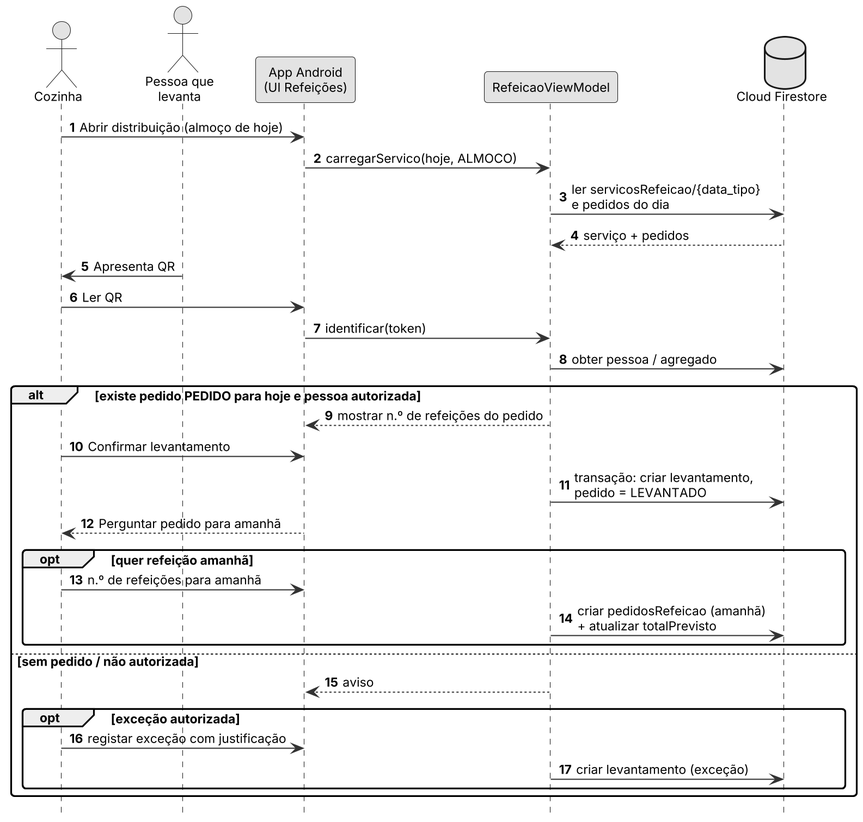
This is Docs/diagramas/sq_refeicao.png from Miguel31028/GASC, a PlantUML export, as it was before one commit. Its diagram source:
```plantuml
@startuml
!include _estilo.iuml
autonumber
actor "Cozinha" as CZ
actor "Pessoa que\nlevanta" as PL
participant "App Android\n(UI Refeições)" as UI
participant "RefeicaoViewModel" as VM
database "Cloud Firestore" as FS

CZ -> UI : Abrir distribuição (almoço de hoje)
UI -> VM : carregarServico(hoje, ALMOCO)
VM -> FS : ler servicosRefeicao/{data_tipo}\ne pedidos do dia
FS --> VM : serviço + pedidos
PL -> CZ : Apresenta QR
CZ -> UI : Ler QR
UI -> VM : identificar(token)
VM -> FS : obter pessoa / agregado
alt existe pedido PEDIDO para hoje e pessoa autorizada
  VM --> UI : mostrar n.º de refeições do pedido
  CZ -> UI : Confirmar levantamento
  VM -> FS : transação: criar levantamento,\npedido = LEVANTADO
  UI --> CZ : Perguntar pedido para amanhã
  opt quer refeição amanhã
    CZ -> UI : n.º de refeições para amanhã
    VM -> FS : criar pedidosRefeicao (amanhã)\n+ atualizar totalPrevisto
  end
else sem pedido / não autorizada
  VM --> UI : aviso
  opt exceção autorizada
    CZ -> UI : registar exceção com justificação
    VM -> FS : criar levantamento (exceção)
  end
end
@enduml
```
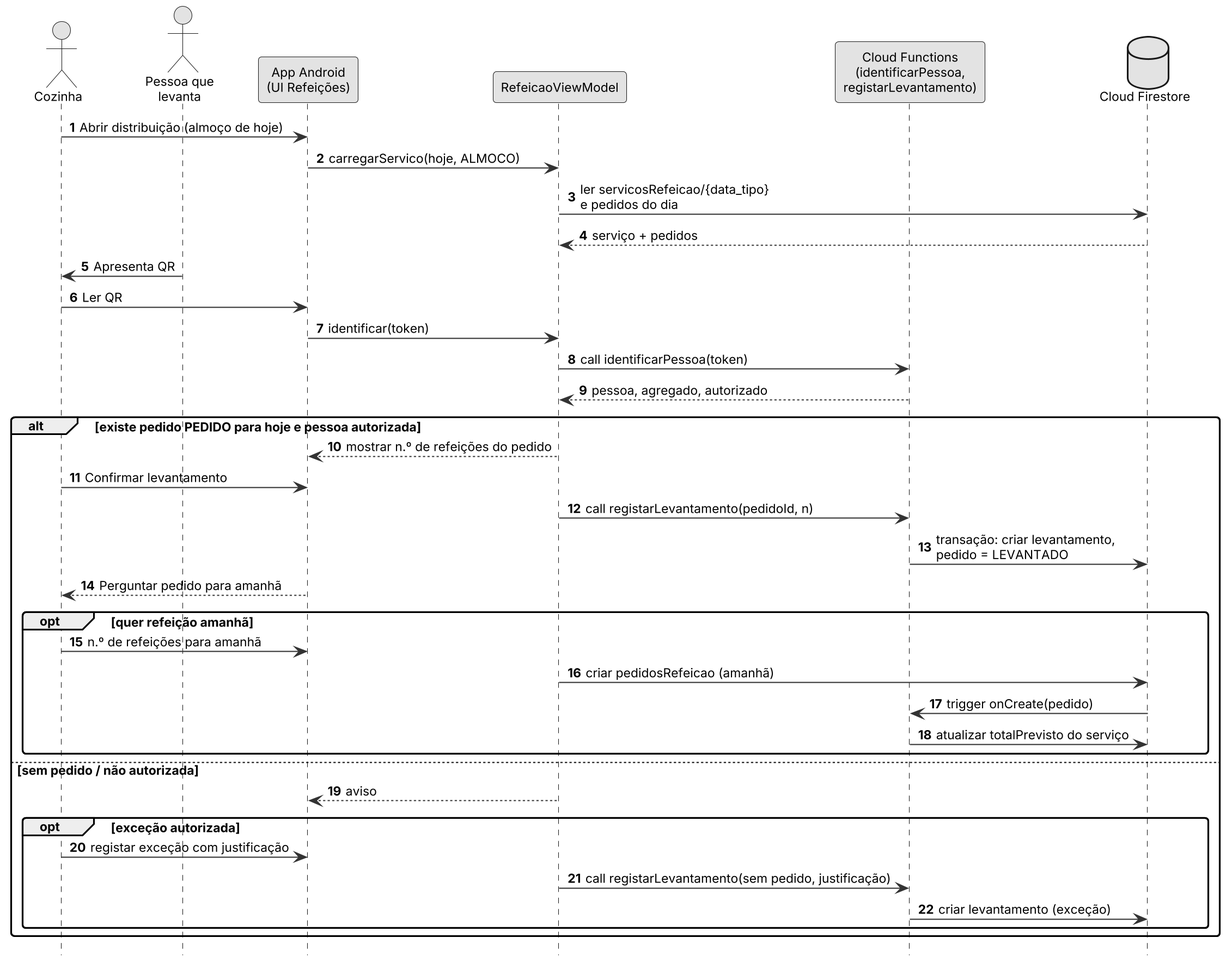
After the change.

Change to the diagram source:
```diff
@@ -5,6 +5,7 @@
 actor "Pessoa que\nlevanta" as PL
 participant "App Android\n(UI Refeições)" as UI
 participant "RefeicaoViewModel" as VM
+participant "Cloud Functions\n(identificarPessoa,\nregistarLevantamento)" as CF
 database "Cloud Firestore" as FS
 
 CZ -> UI : Abrir distribuição (almoço de hoje)
@@ -14,21 +15,26 @@
 PL -> CZ : Apresenta QR
 CZ -> UI : Ler QR
 UI -> VM : identificar(token)
-VM -> FS : obter pessoa / agregado
+VM -> CF : call identificarPessoa(token)
+CF --> VM : pessoa, agregado, autorizado
 alt existe pedido PEDIDO para hoje e pessoa autorizada
   VM --> UI : mostrar n.º de refeições do pedido
   CZ -> UI : Confirmar levantamento
-  VM -> FS : transação: criar levantamento,\npedido = LEVANTADO
+  VM -> CF : call registarLevantamento(pedidoId, n)
+  CF -> FS : transação: criar levantamento,\npedido = LEVANTADO
   UI --> CZ : Perguntar pedido para amanhã
   opt quer refeição amanhã
     CZ -> UI : n.º de refeições para amanhã
-    VM -> FS : criar pedidosRefeicao (amanhã)\n+ atualizar totalPrevisto
+    VM -> FS : criar pedidosRefeicao (amanhã)
+    FS -> CF : trigger onCreate(pedido)
+    CF -> FS : atualizar totalPrevisto do serviço
   end
 else sem pedido / não autorizada
   VM --> UI : aviso
   opt exceção autorizada
     CZ -> UI : registar exceção com justificação
-    VM -> FS : criar levantamento (exceção)
+    VM -> CF : call registarLevantamento(sem pedido, justificação)
+    CF -> FS : criar levantamento (exceção)
   end
 end
 @enduml
```
